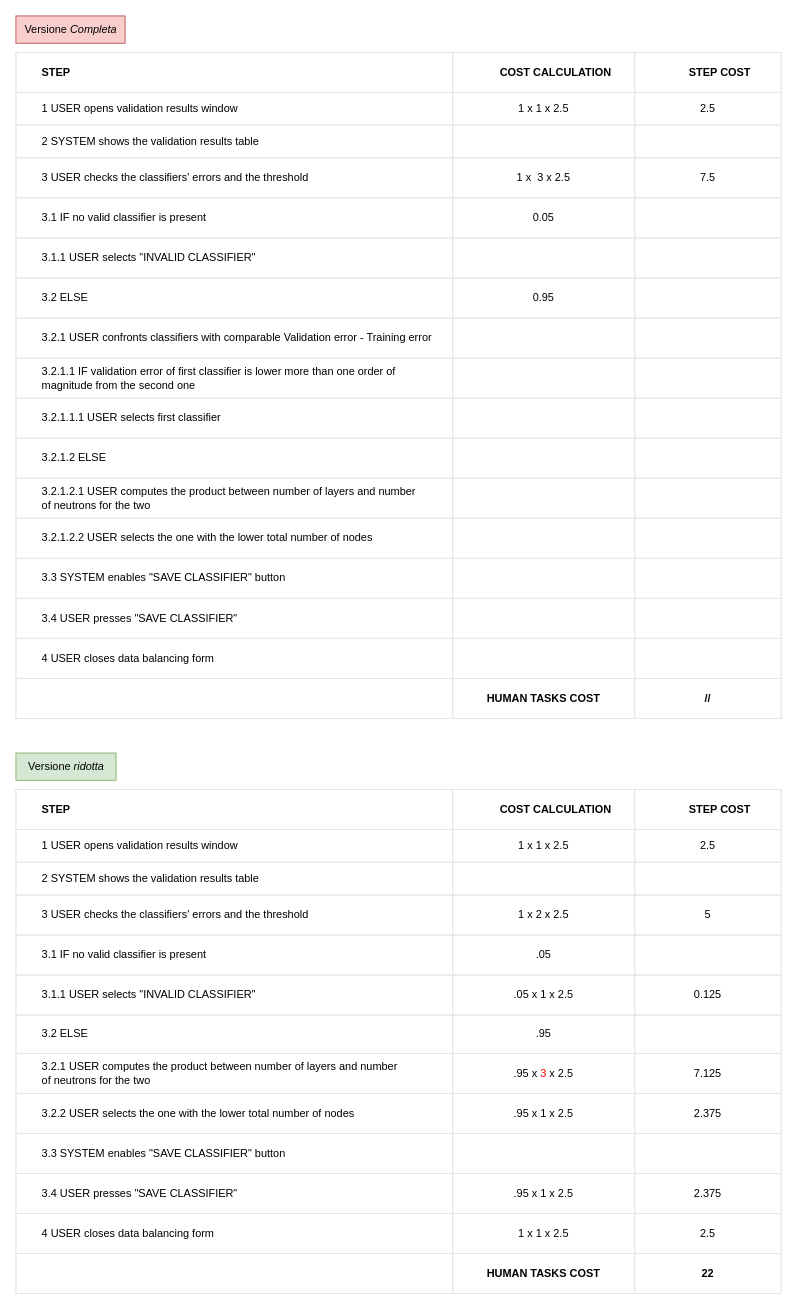
The draw.io diagram check validation results (Cape)/table_check validation results.drawio in BaffoBello14/AutomaticDamagesRecognition, before the edit. Source tidied: cells renumbered, new cells numbered last; positions are measured from the earlier drawing's top-left corner, leaving out a move shared by most shapes. Both pictures are drawn from the tidied source at 91%, with x=0, y=0 at pixel (15, 15).
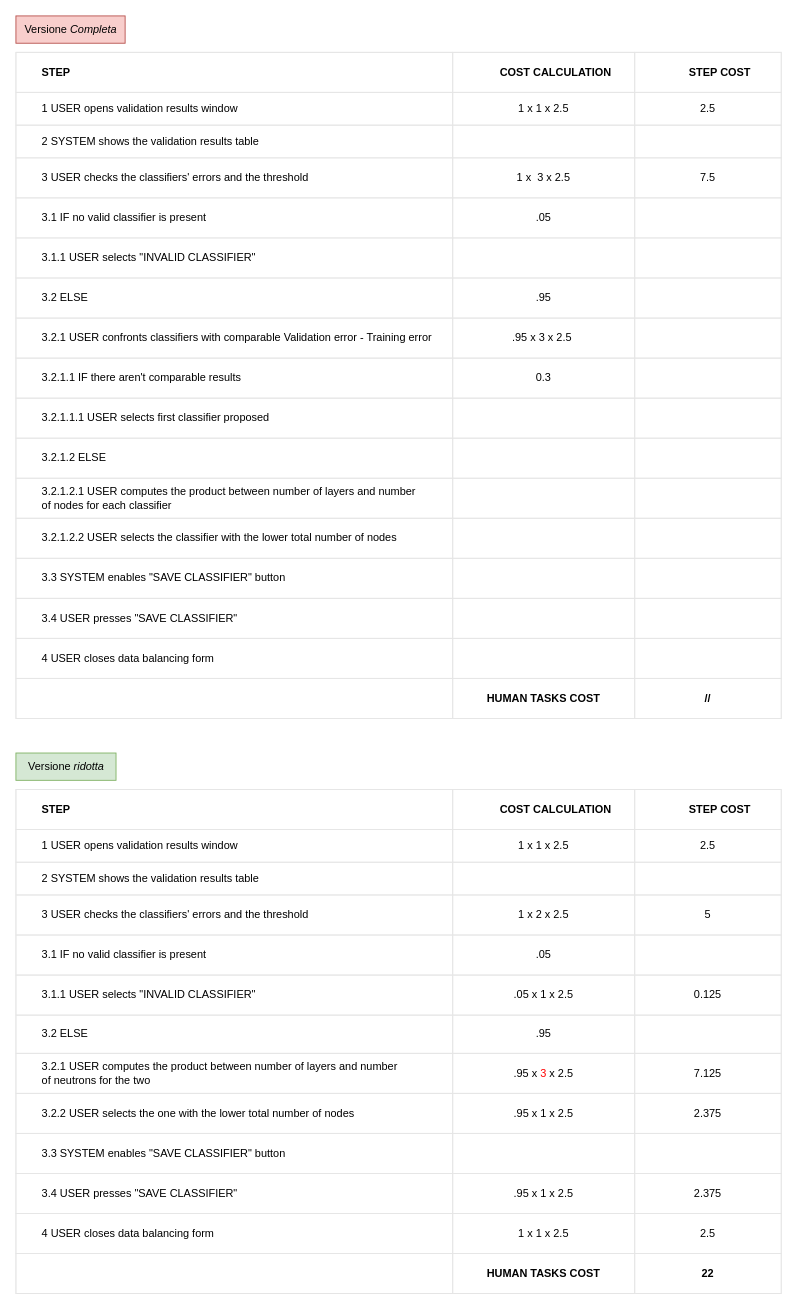
After the change.

The change refers to these unchanged cells:
```xml
<mxCell id="19" style="shape=tableRow;horizontal=0;startSize=0;swimlaneHead=0;swimlaneBody=0;top=0;left=0;bottom=0;right=0;fontStyle=0;fillColor=none;strokeColor=inherit;align=center;" parent="2" vertex="1">
  <mxGeometry y="160" width="841" height="44" as="geometry" />
</mxCell>
<mxCell id="27" style="shape=tableRow;horizontal=0;startSize=0;swimlaneHead=0;swimlaneBody=0;top=0;left=0;bottom=0;right=0;fontStyle=0;fillColor=none;strokeColor=inherit;align=center;" parent="2" vertex="1">
  <mxGeometry y="248" width="841" height="44" as="geometry" />
</mxCell>
<mxCell id="31" style="shape=tableRow;horizontal=0;startSize=0;swimlaneHead=0;swimlaneBody=0;top=0;left=0;bottom=0;right=0;fontStyle=0;fillColor=none;strokeColor=inherit;align=center;" parent="2" vertex="1">
  <mxGeometry y="292" width="841" height="44" as="geometry" />
</mxCell>
<mxCell id="35" style="shape=tableRow;horizontal=0;startSize=0;swimlaneHead=0;swimlaneBody=0;top=0;left=0;bottom=0;right=0;fontStyle=0;fillColor=none;strokeColor=inherit;align=center;" parent="2" vertex="1">
  <mxGeometry y="336" width="841" height="44" as="geometry" />
</mxCell>
<mxCell id="39" style="shape=tableRow;horizontal=0;startSize=0;swimlaneHead=0;swimlaneBody=0;top=0;left=0;bottom=0;right=0;fontStyle=0;fillColor=none;strokeColor=inherit;align=center;" parent="2" vertex="1">
  <mxGeometry y="380" width="841" height="44" as="geometry" />
</mxCell>
<mxCell id="47" style="shape=tableRow;horizontal=0;startSize=0;swimlaneHead=0;swimlaneBody=0;top=0;left=0;bottom=0;right=0;fontStyle=0;fillColor=none;strokeColor=inherit;align=center;" parent="2" vertex="1">
  <mxGeometry y="468" width="841" height="44" as="geometry" />
</mxCell>
<mxCell id="51" style="shape=tableRow;horizontal=0;startSize=0;swimlaneHead=0;swimlaneBody=0;top=0;left=0;bottom=0;right=0;fontStyle=0;fillColor=none;strokeColor=inherit;align=center;" parent="2" vertex="1">
  <mxGeometry y="512" width="841" height="44" as="geometry" />
</mxCell>
```

What changed in the source:
```diff
@@
-    <mxCell id="21" value="0.05" style="strokeColor=inherit;fillColor=none;align=center;whiteSpace=wrap;html=1;" parent="19" vertex="1">
+    <mxCell id="21" value=".05" style="strokeColor=inherit;fillColor=none;align=center;whiteSpace=wrap;html=1;" parent="19" vertex="1">
       <mxGeometry x="480" width="200" height="44" as="geometry" />
     </mxCell>
@@
-    <mxCell id="29" value="0.95" style="strokeColor=inherit;fillColor=none;align=center;whiteSpace=wrap;html=1;" parent="27" vertex="1">
+    <mxCell id="29" value=".95" style="strokeColor=inherit;fillColor=none;align=center;whiteSpace=wrap;html=1;" parent="27" vertex="1">
       <mxGeometry x="480" width="200" height="44" as="geometry" />
     </mxCell>
@@
-    <mxCell id="33" style="strokeColor=inherit;fillColor=none;align=center;whiteSpace=wrap;html=1;" parent="31" vertex="1">
+    <mxCell id="33" value=".95 x 3 x 2.5&amp;nbsp;" style="strokeColor=inherit;fillColor=none;align=center;whiteSpace=wrap;html=1;" parent="31" vertex="1">
       <mxGeometry x="480" width="200" height="44" as="geometry" />
     </mxCell>
@@
-    <mxCell id="36" value="&lt;span style=&quot;border-color: var(--border-color);&quot;&gt;&#9;&lt;/span&gt;&lt;span style=&quot;white-space: pre;&quot;&gt;&#9;&lt;/span&gt;3.2.1.1 IF validation error of first classifier is lower more than one order of &lt;span style=&quot;white-space: pre;&quot;&gt;&#9;&lt;/span&gt;magnitude from the second one" style="strokeColor=inherit;fillColor=none;align=left;whiteSpace=wrap;html=1;labelPosition=center;verticalLabelPosition=middle;verticalAlign=middle;" parent="35" vertex="1">
+    <mxCell id="36" value="&lt;span style=&quot;border-color: var(--border-color);&quot;&gt;&#9;&lt;/span&gt;&lt;span style=&quot;white-space: pre;&quot;&gt;&#9;&lt;/span&gt;3.2.1.1 IF there aren't comparable results" style="strokeColor=inherit;fillColor=none;align=left;whiteSpace=wrap;html=1;labelPosition=center;verticalLabelPosition=middle;verticalAlign=middle;" parent="35" vertex="1">
       <mxGeometry width="480" height="44" as="geometry" />
     </mxCell>
-    <mxCell id="37" style="strokeColor=inherit;fillColor=none;align=center;whiteSpace=wrap;html=1;" parent="35" vertex="1">
+    <mxCell id="37" value="0.3" style="strokeColor=inherit;fillColor=none;align=center;whiteSpace=wrap;html=1;" parent="35" vertex="1">
       <mxGeometry x="480" width="200" height="44" as="geometry" />
     </mxCell>
@@
-    <mxCell id="40" value="&lt;span style=&quot;border-color: var(--border-color);&quot;&gt;&#9;&lt;/span&gt;&lt;span style=&quot;white-space: pre;&quot;&gt;&#9;&lt;/span&gt;3.2.1.1.1 USER selects first classifier" style="strokeColor=inherit;fillColor=none;align=left;whiteSpace=wrap;html=1;labelPosition=center;verticalLabelPosition=middle;verticalAlign=middle;" parent="39" vertex="1">
+    <mxCell id="40" value="&lt;span style=&quot;border-color: var(--border-color);&quot;&gt;&#9;&lt;/span&gt;&lt;span style=&quot;white-space: pre;&quot;&gt;&#9;&lt;/span&gt;3.2.1.1.1 USER selects first classifier proposed" style="strokeColor=inherit;fillColor=none;align=left;whiteSpace=wrap;html=1;labelPosition=center;verticalLabelPosition=middle;verticalAlign=middle;" parent="39" vertex="1">
       <mxGeometry width="480" height="44" as="geometry" />
     </mxCell>
@@
-    <mxCell id="48" value="&lt;span style=&quot;border-color: var(--border-color);&quot;&gt;&#9;&lt;/span&gt;&lt;span style=&quot;white-space: pre;&quot;&gt;&#9;&lt;/span&gt;3.2.1.2.1 USER computes the product between number of layers and number &lt;span style=&quot;white-space: pre;&quot;&gt;&#9;&lt;/span&gt;of&amp;nbsp;neutrons for the two" style="strokeColor=inherit;fillColor=none;align=left;whiteSpace=wrap;html=1;labelPosition=center;verticalLabelPosition=middle;verticalAlign=middle;" parent="47" vertex="1">
+    <mxCell id="48" value="&lt;span style=&quot;border-color: var(--border-color);&quot;&gt;&#9;&lt;/span&gt;&lt;span style=&quot;white-space: pre;&quot;&gt;&#9;&lt;/span&gt;3.2.1.2.1 USER computes the product between number of layers and number &lt;span style=&quot;white-space: pre;&quot;&gt;&#9;&lt;/span&gt;of&amp;nbsp;nodes for each classifier" style="strokeColor=inherit;fillColor=none;align=left;whiteSpace=wrap;html=1;labelPosition=center;verticalLabelPosition=middle;verticalAlign=middle;" parent="47" vertex="1">
       <mxGeometry width="480" height="44" as="geometry" />
     </mxCell>
@@
-    <mxCell id="52" value="&lt;span style=&quot;border-color: var(--border-color);&quot;&gt;&#9;&lt;/span&gt;&lt;span style=&quot;&quot;&gt;&#9;&lt;/span&gt;&lt;span style=&quot;white-space: pre;&quot;&gt;&#9;&lt;/span&gt;3.2.1.2.2 USER selects the one with the lower total number of nodes" style="strokeColor=inherit;fillColor=none;align=left;whiteSpace=wrap;html=1;labelPosition=center;verticalLabelPosition=middle;verticalAlign=middle;" parent="51" vertex="1">
+    <mxCell id="52" value="&lt;span style=&quot;border-color: var(--border-color);&quot;&gt;&#9;&lt;/span&gt;&lt;span style=&quot;&quot;&gt;&#9;&lt;/span&gt;&lt;span style=&quot;white-space: pre;&quot;&gt;&#9;&lt;/span&gt;3.2.1.2.2 USER selects the classifier with the lower total number of nodes" style="strokeColor=inherit;fillColor=none;align=left;whiteSpace=wrap;html=1;labelPosition=center;verticalLabelPosition=middle;verticalAlign=middle;" parent="51" vertex="1">
       <mxGeometry width="480" height="44" as="geometry" />
     </mxCell>
```
